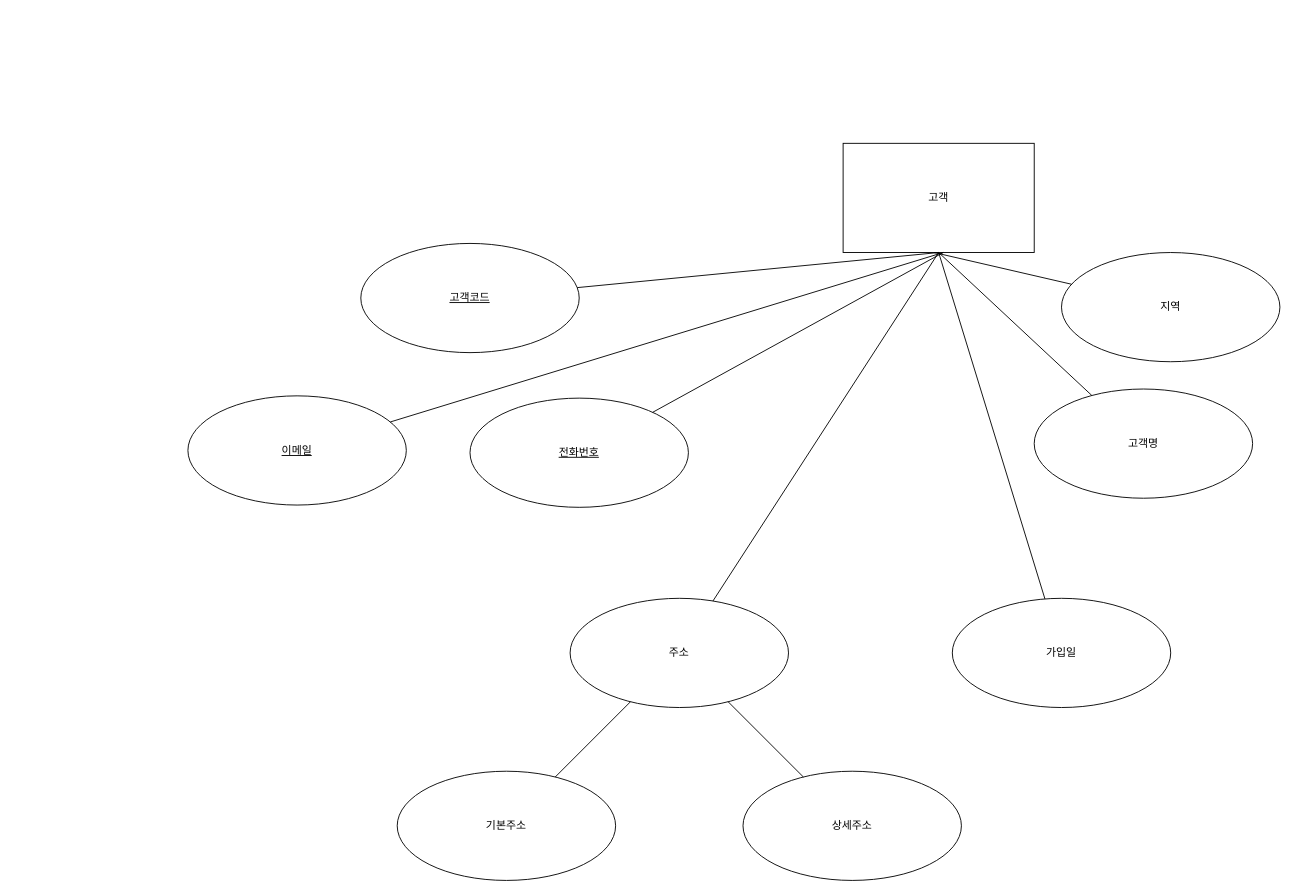
This is concept_erd.drawio from HaInseong/erd, a draw.io file, before an edit. Source tidied: cells renumbered, new cells numbered last; positions are measured from the earlier drawing's top-left corner, leaving out a move shared by most shapes. Both pictures are drawn from the tidied source at 91%, with x=0, y=0 at pixel (187, 143).
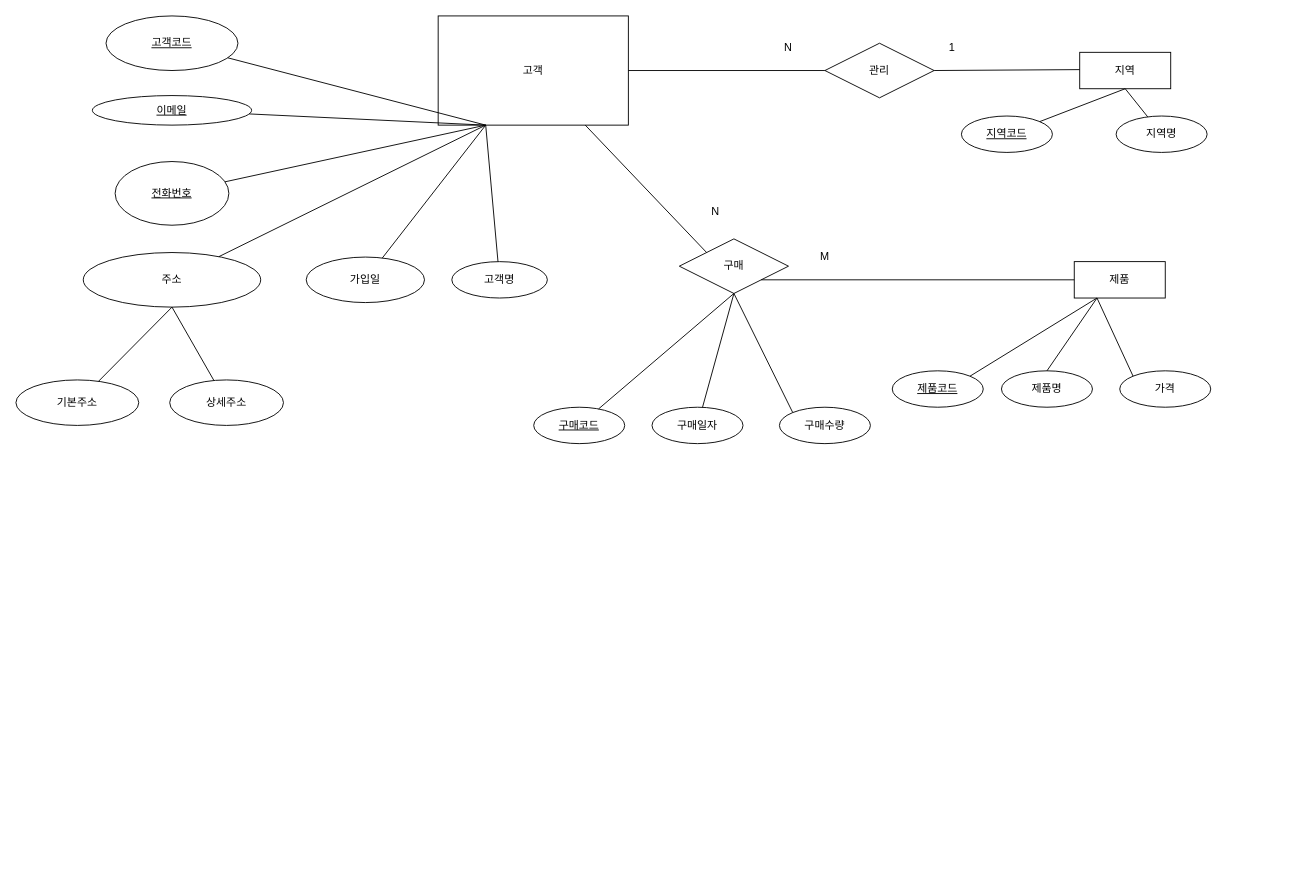
After the change.

Change to the diagram source:
```diff
@@
     <mxCell id="2" value="고객" style="whiteSpace=wrap;html=1;align=center;" parent="1" vertex="1">
-      <mxGeometry x="720" width="210" height="120" as="geometry" />
+      <mxGeometry x="275" y="-140" width="209" height="120" as="geometry" />
     </mxCell>
     <mxCell id="3" value="전화번호" style="ellipse;whiteSpace=wrap;html=1;align=center;fontStyle=4;" parent="1" vertex="1">
-      <mxGeometry x="310" y="280" width="240" height="120" as="geometry" />
+      <mxGeometry x="-80" y="20" width="125" height="70" as="geometry" />
     </mxCell>
     <mxCell id="4" value="고객명" style="ellipse;whiteSpace=wrap;html=1;align=center;" parent="1" vertex="1">
-      <mxGeometry x="930" y="270" width="240" height="120" as="geometry" />
+      <mxGeometry x="290" y="130" width="105" height="40" as="geometry" />
     </mxCell>
-    <mxCell id="5" style="endArrow=none;html=1;rounded=0;exitX=0.5;exitY=1;exitDx=0;exitDy=0;" parent="1" edge="1" source="2" target="4">
+    <mxCell id="5" style="endArrow=none;html=1;rounded=0;exitX=0.25;exitY=1;exitDx=0;exitDy=0;" parent="1" edge="1" source="2" target="4">
       <mxGeometry relative="1" as="geometry" />
     </mxCell>
-    <mxCell id="6" style="endArrow=none;html=1;rounded=0;" parent="1" edge="1" source="3">
-      <mxGeometry relative="1" as="geometry">
-        <mxPoint x="830" y="120" as="targetPoint" />
-      </mxGeometry>
+    <mxCell id="6" style="endArrow=none;html=1;rounded=0;entryX=0.25;entryY=1;entryDx=0;entryDy=0;" parent="1" edge="1" source="3" target="2">
+      <mxGeometry relative="1" as="geometry" />
     </mxCell>
     <mxCell id="7" value="이메일" style="ellipse;whiteSpace=wrap;html=1;align=center;fontStyle=4;" parent="1" vertex="1">
-      <mxGeometry y="277.5" width="240" height="120" as="geometry" />
+      <mxGeometry x="-105" y="-52.5" width="175" height="32.5" as="geometry" />
     </mxCell>
-    <mxCell id="8" style="endArrow=none;html=1;rounded=0;" parent="1" edge="1" source="7">
-      <mxGeometry relative="1" as="geometry">
-        <mxPoint x="830" y="120" as="targetPoint" />
-      </mxGeometry>
+    <mxCell id="8" style="endArrow=none;html=1;rounded=0;entryX=0.25;entryY=1;entryDx=0;entryDy=0;" parent="1" edge="1" source="7" target="2">
+      <mxGeometry relative="1" as="geometry" />
     </mxCell>
     <mxCell id="9" value="고객코드" style="ellipse;whiteSpace=wrap;html=1;align=center;fontStyle=4;" parent="1" vertex="1">
-      <mxGeometry x="190" y="110" width="240" height="120" as="geometry" />
+      <mxGeometry x="-90" y="-140" width="145" height="60" as="geometry" />
     </mxCell>
-    <mxCell id="10" style="endArrow=none;html=1;rounded=0;" parent="1" edge="1" source="9">
-      <mxGeometry relative="1" as="geometry">
-        <mxPoint x="825" y="120" as="targetPoint" />
-      </mxGeometry>
+    <mxCell id="10" style="endArrow=none;html=1;rounded=0;entryX=0.25;entryY=1;entryDx=0;entryDy=0;" parent="1" edge="1" source="9" target="2">
+      <mxGeometry relative="1" as="geometry" />
     </mxCell>
     <mxCell id="11" value="주소" style="ellipse;whiteSpace=wrap;html=1;align=center;" parent="1" vertex="1">
-      <mxGeometry x="420" y="500" width="240" height="120" as="geometry" />
+      <mxGeometry x="-115" y="120" width="195" height="60" as="geometry" />
     </mxCell>
-    <mxCell id="12" style="endArrow=none;html=1;rounded=0;" parent="1" edge="1" source="11">
-      <mxGeometry relative="1" as="geometry">
-        <mxPoint x="825" y="120" as="targetPoint" />
-      </mxGeometry>
+    <mxCell id="12" style="endArrow=none;html=1;rounded=0;entryX=0.25;entryY=1;entryDx=0;entryDy=0;" parent="1" edge="1" source="11" target="2">
+      <mxGeometry relative="1" as="geometry" />
     </mxCell>
     <mxCell id="13" value="기본주소" style="ellipse;whiteSpace=wrap;html=1;align=center;" parent="1" vertex="1">
-      <mxGeometry x="230" y="690" width="240" height="120" as="geometry" />
+      <mxGeometry x="-189" y="260" width="135" height="50" as="geometry" />
     </mxCell>
     <mxCell id="14" value="상세주소" style="ellipse;whiteSpace=wrap;html=1;align=center;" parent="1" vertex="1">
-      <mxGeometry x="610" y="690" width="240" height="120" as="geometry" />
+      <mxGeometry x="-20" y="260" width="125" height="50" as="geometry" />
     </mxCell>
-    <mxCell id="15" style="endArrow=none;html=1;rounded=0;" parent="1" edge="1" source="13" target="11">
+    <mxCell id="15" style="endArrow=none;html=1;rounded=0;entryX=0.5;entryY=1;entryDx=0;entryDy=0;" parent="1" edge="1" source="13" target="11">
       <mxGeometry relative="1" as="geometry" />
     </mxCell>
-    <mxCell id="16" style="endArrow=none;html=1;rounded=0;" parent="1" edge="1" source="11" target="14">
+    <mxCell id="16" style="endArrow=none;html=1;rounded=0;exitX=0.5;exitY=1;exitDx=0;exitDy=0;" parent="1" edge="1" source="11" target="14">
       <mxGeometry relative="1" as="geometry" />
     </mxCell>
     <mxCell id="17" value="가입일" style="ellipse;whiteSpace=wrap;html=1;align=center;" parent="1" vertex="1">
-      <mxGeometry x="840" y="500" width="240" height="120" as="geometry" />
+      <mxGeometry x="130" y="125" width="130" height="50" as="geometry" />
     </mxCell>
-    <mxCell id="18" style="endArrow=none;html=1;rounded=0;" parent="1" edge="1" target="17">
-      <mxGeometry relative="1" as="geometry">
-        <mxPoint x="825" y="120" as="sourcePoint" />
-      </mxGeometry>
+    <mxCell id="18" style="endArrow=none;html=1;rounded=0;exitX=0.25;exitY=1;exitDx=0;exitDy=0;" parent="1" edge="1" source="2" target="17">
+      <mxGeometry relative="1" as="geometry" />
     </mxCell>
-    <mxCell id="19" value="지역" style="ellipse;whiteSpace=wrap;html=1;align=center;" parent="1" vertex="1">
-      <mxGeometry x="960" y="120" width="240" height="120" as="geometry" />
+    <mxCell id="19" value="지역" style="whiteSpace=wrap;html=1;align=center;" parent="1" vertex="1">
+      <mxGeometry x="980" y="-100" width="100" height="40" as="geometry" />
     </mxCell>
-    <mxCell id="20" style="endArrow=none;html=1;rounded=0;" parent="1" edge="1" target="19">
-      <mxGeometry relative="1" as="geometry">
-        <mxPoint x="820" y="120" as="sourcePoint" />
-      </mxGeometry>
-    </mxCell>
+    <mxCell id="21" value="관리" style="shape=rhombus;perimeter=rhombusPerimeter;whiteSpace=wrap;html=1;align=center;" parent="1" vertex="1">
+      <mxGeometry x="700" y="-110" width="120" height="60" as="geometry" />
+    </mxCell>
+    <mxCell id="22" value="제품" style="whiteSpace=wrap;html=1;align=center;" parent="1" vertex="1">
+      <mxGeometry x="974" y="130" width="100" height="40" as="geometry" />
+    </mxCell>
+    <mxCell id="23" value="제품코드" style="ellipse;whiteSpace=wrap;html=1;align=center;fontStyle=4;" parent="1" vertex="1">
+      <mxGeometry x="774" y="250" width="100" height="40" as="geometry" />
+    </mxCell>
+    <mxCell id="24" value="제품명" style="ellipse;whiteSpace=wrap;html=1;align=center;" parent="1" vertex="1">
+      <mxGeometry x="894" y="250" width="100" height="40" as="geometry" />
+    </mxCell>
+    <mxCell id="25" value="가격" style="ellipse;whiteSpace=wrap;html=1;align=center;" parent="1" vertex="1">
+      <mxGeometry x="1024" y="250" width="100" height="40" as="geometry" />
+    </mxCell>
+    <mxCell id="26" style="endArrow=none;html=1;rounded=0;exitX=1;exitY=0;exitDx=0;exitDy=0;entryX=0.25;entryY=1;entryDx=0;entryDy=0;" parent="1" edge="1" target="22">
+      <mxGeometry relative="1" as="geometry">
+        <mxPoint x="859.4" y="255.9" as="sourcePoint" />
+      </mxGeometry>
+    </mxCell>
+    <mxCell id="27" style="endArrow=none;html=1;rounded=0;entryX=0.25;entryY=1;entryDx=0;entryDy=0;exitX=0.5;exitY=0;exitDx=0;exitDy=0;" parent="1" edge="1" source="24" target="22">
+      <mxGeometry relative="1" as="geometry" />
+    </mxCell>
+    <mxCell id="28" style="endArrow=none;html=1;rounded=0;exitX=0;exitY=0;exitDx=0;exitDy=0;entryX=0.25;entryY=1;entryDx=0;entryDy=0;" parent="1" edge="1" source="25" target="22">
+      <mxGeometry relative="1" as="geometry" />
+    </mxCell>
+    <mxCell id="29" value="구매" style="shape=rhombus;perimeter=rhombusPerimeter;whiteSpace=wrap;html=1;align=center;" parent="1" vertex="1">
+      <mxGeometry x="540" y="105" width="120" height="60" as="geometry" />
+    </mxCell>
+    <mxCell id="30" style="endArrow=none;html=1;rounded=0;exitX=1;exitY=1;exitDx=0;exitDy=0;entryX=0;entryY=0.5;entryDx=0;entryDy=0;" parent="1" edge="1" source="29" target="22">
+      <mxGeometry relative="1" as="geometry" />
+    </mxCell>
+    <mxCell id="31" style="endArrow=none;html=1;rounded=0;entryX=0;entryY=0;entryDx=0;entryDy=0;" parent="1" edge="1" source="2" target="29">
+      <mxGeometry relative="1" as="geometry" />
+    </mxCell>
+    <mxCell id="32" style="endArrow=none;html=1;rounded=0;entryX=0;entryY=0.5;entryDx=0;entryDy=0;exitX=1;exitY=0.5;exitDx=0;exitDy=0;" parent="1" edge="1" source="2" target="21">
+      <mxGeometry relative="1" as="geometry" />
+    </mxCell>
+    <mxCell id="33" style="endArrow=none;html=1;rounded=0;exitX=1;exitY=0.5;exitDx=0;exitDy=0;" parent="1" edge="1" source="21">
+      <mxGeometry relative="1" as="geometry">
+        <mxPoint x="980" y="-81" as="targetPoint" />
+      </mxGeometry>
+    </mxCell>
+    <mxCell id="34" value="지역코드" style="ellipse;whiteSpace=wrap;html=1;align=center;fontStyle=4;" parent="1" vertex="1">
+      <mxGeometry x="850" y="-30" width="100" height="40" as="geometry" />
+    </mxCell>
+    <mxCell id="35" style="endArrow=none;html=1;rounded=0;entryX=0.5;entryY=1;entryDx=0;entryDy=0;" parent="1" edge="1" source="34" target="19">
+      <mxGeometry relative="1" as="geometry" />
+    </mxCell>
+    <mxCell id="36" value="지역명" style="ellipse;whiteSpace=wrap;html=1;align=center;" parent="1" vertex="1">
+      <mxGeometry x="1020" y="-30" width="100" height="40" as="geometry" />
+    </mxCell>
+    <mxCell id="37" style="endArrow=none;html=1;rounded=0;entryX=0.5;entryY=1;entryDx=0;entryDy=0;" parent="1" edge="1" source="36" target="19">
+      <mxGeometry relative="1" as="geometry" />
+    </mxCell>
+    <mxCell id="38" value="구매코드" style="ellipse;whiteSpace=wrap;html=1;align=center;fontStyle=4;" parent="1" vertex="1">
+      <mxGeometry x="380" y="290" width="100" height="40" as="geometry" />
+    </mxCell>
+    <mxCell id="39" value="구매일자" style="ellipse;whiteSpace=wrap;html=1;align=center;" parent="1" vertex="1">
+      <mxGeometry x="510" y="290" width="100" height="40" as="geometry" />
+    </mxCell>
+    <mxCell id="40" value="구매수량" style="ellipse;whiteSpace=wrap;html=1;align=center;" parent="1" vertex="1">
+      <mxGeometry x="650" y="290" width="100" height="40" as="geometry" />
+    </mxCell>
+    <mxCell id="41" style="endArrow=none;html=1;rounded=0;entryX=0.5;entryY=1;entryDx=0;entryDy=0;" parent="1" edge="1" source="38" target="29">
+      <mxGeometry relative="1" as="geometry" />
+    </mxCell>
+    <mxCell id="42" style="endArrow=none;html=1;rounded=0;entryX=0.5;entryY=1;entryDx=0;entryDy=0;" parent="1" edge="1" source="39" target="29">
+      <mxGeometry relative="1" as="geometry" />
+    </mxCell>
+    <mxCell id="43" style="endArrow=none;html=1;rounded=0;exitX=0;exitY=0;exitDx=0;exitDy=0;entryX=0.5;entryY=1;entryDx=0;entryDy=0;" parent="1" edge="1" source="40" target="29">
+      <mxGeometry relative="1" as="geometry" />
+    </mxCell>
+    <mxCell id="44" value="M" style="text;html=1;align=center;verticalAlign=middle;whiteSpace=wrap;rounded=0;" parent="1" vertex="1">
+      <mxGeometry x="670" y="110" width="60" height="30" as="geometry" />
+    </mxCell>
+    <mxCell id="45" value="N" style="text;html=1;align=center;verticalAlign=middle;whiteSpace=wrap;rounded=0;" parent="1" vertex="1">
+      <mxGeometry x="550" y="60" width="60" height="30" as="geometry" />
+    </mxCell>
+    <mxCell id="46" value="N" style="text;html=1;align=center;verticalAlign=middle;whiteSpace=wrap;rounded=0;" parent="1" vertex="1">
+      <mxGeometry x="630" y="-120" width="60" height="30" as="geometry" />
+    </mxCell>
+    <mxCell id="47" value="1" style="text;html=1;align=center;verticalAlign=middle;whiteSpace=wrap;rounded=0;" parent="1" vertex="1">
+      <mxGeometry x="810" y="-120" width="60" height="30" as="geometry" />
+    </mxCell>
```
